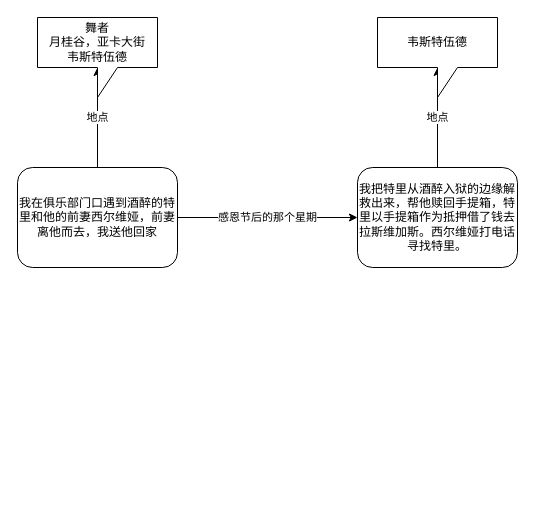
This is page "时间线" (3 of 3) of 漫长的告别/漫长的告别.drawio from adangran/diagrams, a draw.io file, before an edit. Source tidied: cells renumbered, new cells numbered last; positions are measured from the earlier drawing's top-left corner, leaving out a move shared by most shapes. Both pictures are drawn from the tidied source at 100%, with x=0, y=0 at pixel (17, 17).
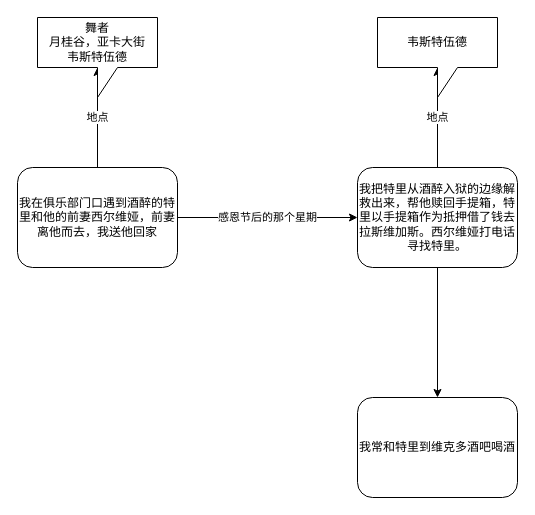
The same diagram, later.

The edit, as a diff of the source:
```diff
@@
 <mxGraphModel>
   <root>
     <mxCell id="0" />
     <mxCell id="1" parent="0" />
     <mxCell id="2" value="感恩节后的那个星期" style="edgeStyle=orthogonalEdgeStyle;rounded=0;jettySize=auto;html=1;" parent="1" edge="1" source="3" target="4">
       <mxGeometry relative="1" as="geometry" />
     </mxCell>
     <mxCell id="3" value="我在俱乐部门口遇到酒醉的特里和他的前妻西尔维娅，前妻离他而去，我送他回家" style="rounded=1;whiteSpace=wrap;html=1;" parent="1" vertex="1">
       <mxGeometry y="150" width="160" height="100" as="geometry" />
     </mxCell>
+    <mxCell id="9" style="edgeStyle=orthogonalEdgeStyle;rounded=0;jettySize=auto;html=1;" parent="1" edge="1" source="4" target="10">
+      <mxGeometry relative="1" as="geometry" />
+    </mxCell>
     <mxCell id="4" value="我把特里从酒醉入狱的边缘解救出来，帮他赎回手提箱，特里以手提箱作为抵押借了钱去拉斯维加斯。西尔维娅打电话寻找特里。" style="rounded=1;whiteSpace=wrap;html=1;" parent="1" vertex="1">
       <mxGeometry x="340" y="150" width="160" height="100" as="geometry" />
     </mxCell>
     <mxCell id="5" value="地点" style="edgeStyle=orthogonalEdgeStyle;rounded=0;jettySize=auto;html=1;" parent="1" edge="1" source="3" target="6">
       <mxGeometry relative="1" as="geometry" />
     </mxCell>
     <mxCell id="6" value="舞者&lt;br&gt;月桂谷，亚卡大街&lt;br&gt;韦斯特伍德" style="shape=callout;whiteSpace=wrap;html=1;perimeter=calloutPerimeter;position2=0.5;" parent="1" vertex="1">
       <mxGeometry x="20" width="120" height="80" as="geometry" />
     </mxCell>
     <mxCell id="7" value="地点" style="edgeStyle=orthogonalEdgeStyle;rounded=0;jettySize=auto;html=1;" parent="1" edge="1" source="4" target="8">
       <mxGeometry relative="1" as="geometry" />
     </mxCell>
     <mxCell id="8" value="韦斯特伍德" style="shape=callout;whiteSpace=wrap;html=1;perimeter=calloutPerimeter;position2=0.5;" parent="1" vertex="1">
       <mxGeometry x="360" width="120" height="80" as="geometry" />
     </mxCell>
+    <mxCell id="10" value="我常和特里到维克多酒吧喝酒" style="rounded=1;whiteSpace=wrap;html=1;" parent="1" vertex="1">
+      <mxGeometry x="340" y="380" width="160" height="100" as="geometry" />
+    </mxCell>
   </root>
 </mxGraphModel>
```
